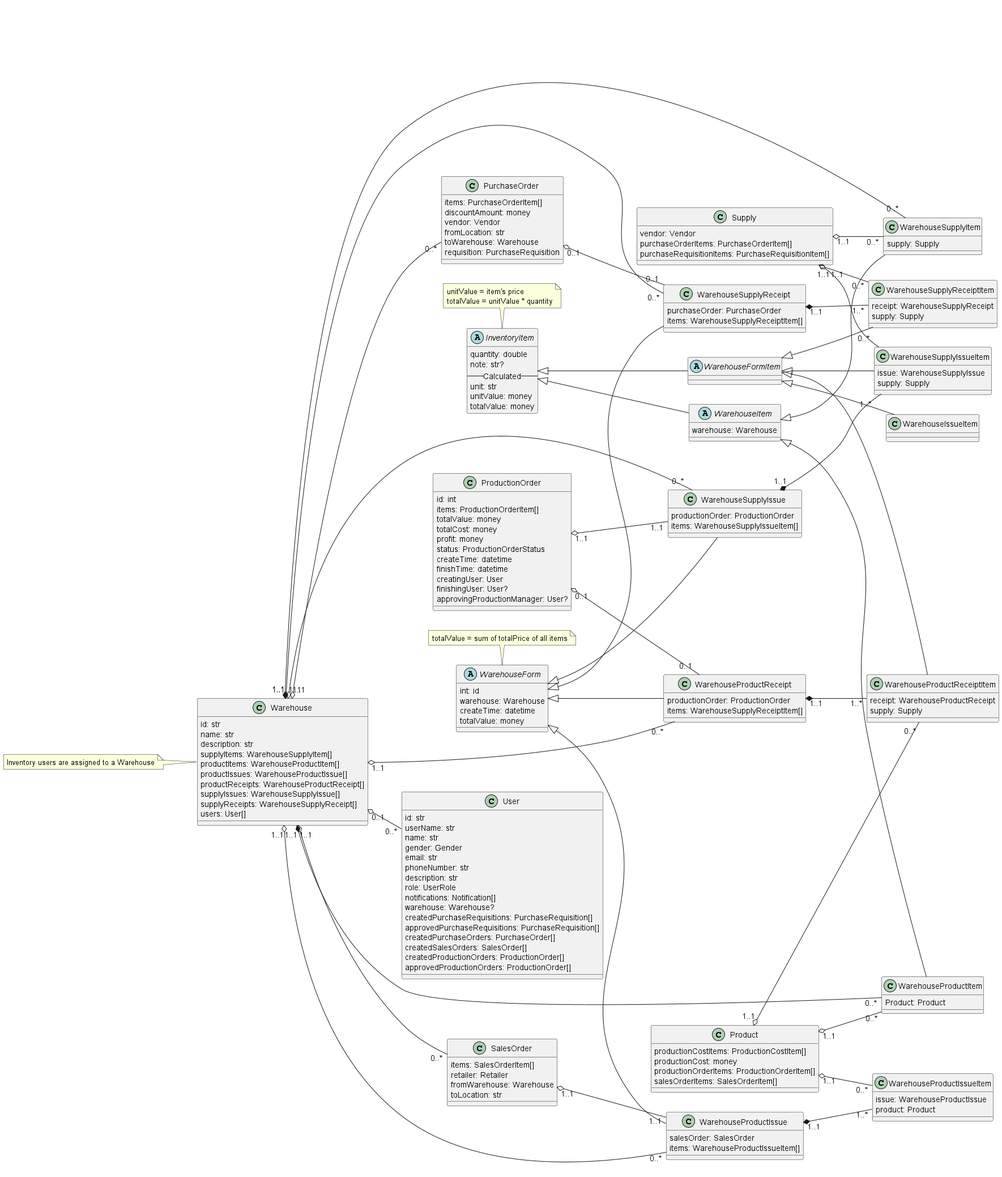
The PlantUML diagram Lab1/Lab1.2/classes/inventory.png in phihungha/SE357-Practice-class, before a commit.
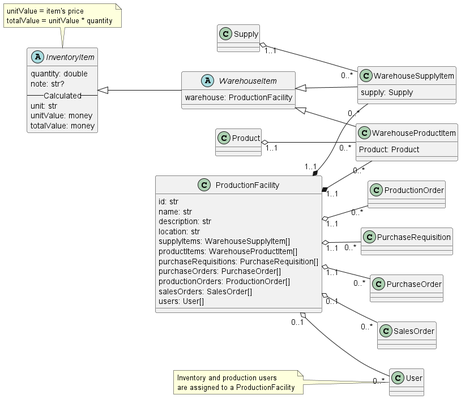
After the commit.

The edit, as a diff of the source:
```diff
@@ -1,71 +1,26 @@
-@startuml Inventory
+@startuml inventory
 left to right direction
 
-class User {
+class ProductionFacility {
     id: str
-    userName: str
     name: str
-    gender: Gender
-    email: str
-    phoneNumber: str
     description: str
-    role: UserRole
-    notifications: Notification[]
-    warehouse: Warehouse?
-    createdPurchaseRequisitions: PurchaseRequisition[]
-    approvedPurchaseRequisitions: PurchaseRequisition[]
-    createdPurchaseOrders: PurchaseOrder[]
-    createdSalesOrders: SalesOrder[]
-    createdProductionOrders: ProductionOrder[]
-    approvedProductionOrders: ProductionOrder[]
+    location: str
+    supplyItems: WarehouseSupplyItem[]
+    productItems: WarehouseProductItem[]
+    purchaseRequisitions: PurchaseRequisition[]
+    purchaseOrders: PurchaseOrder[]
+    productionOrders: ProductionOrder[]
+    salesOrders: SalesOrder[]
+    users: User[]
 }
-Warehouse "0..1" o-- "0..*" User
-note left: Inventory users are assigned to a Warehouse
+ProductionFacility "0..1" o-- "0..*" User
+note left: Inventory and production users\nare assigned to a ProductionFacility
 
-class Supply {
-    vendor: Vendor
-    purchaseOrderItems: PurchaseOrderItem[]
-    purchaseRequisitionItems: PurchaseRequisitionItem[]
-}
-
-class Product {
-    productionCostItems: ProductionCostItem[]
-    productionCost: money
-    productionOrderItems: ProductionOrderItem[]
-    salesOrderItems: SalesOrderItem[]
-}
-
-class PurchaseOrder {
-    items: PurchaseOrderItem[]
-    discountAmount: money
-    vendor: Vendor
-    fromLocation: str
-    toWarehouse: Warehouse
-    requisition: PurchaseRequisition
-}
-Warehouse "1..1" o-- "0..*" PurchaseOrder
-
-class SalesOrder {
-    items: SalesOrderItem[]
-    retailer: Retailer
-    fromWarehouse: Warehouse
-    toLocation: str
-}
-Warehouse "1..1" o-- "0..*" SalesOrder
-
-class ProductionOrder {
-    id: int
-    items: ProductionOrderItem[]
-    totalValue: money
-    totalCost: money
-    profit: money
-    status: ProductionOrderStatus
-    createTime: datetime
-    finishTime: datetime
-    creatingUser: User
-    finishingUser: User?
-    approvingProductionManager: User?
-}
+ProductionFacility "1..1" o-- "0..*" PurchaseRequisition
+ProductionFacility "1..1" o-- "0..*" PurchaseOrder
+ProductionFacility "0..1" o-- "0..*" SalesOrder
+ProductionFacility "1..1" o-- "0..*" ProductionOrder
 
 abstract InventoryItem {
     quantity: double
@@ -80,21 +35,9 @@
     totalValue = unitValue * quantity
 endnote
 
-class Warehouse {
-    id: str
-    name: str
-    description: str
-    supplyItems: WarehouseSupplyItem[]
-    productItems: WarehouseProductItem[]
-    productIssues: WarehouseProductIssue[]
-    productReceipts: WarehouseProductReceipt[]
-    supplyIssues: WarehouseSupplyIssue[]
-    supplyReceipts: WarehouseSupplyReceipt[]
-    users: User[]
-}
 
 abstract WarehouseItem {
-    warehouse: Warehouse
+    warehouse: ProductionFacility
 }
 InventoryItem <|-- WarehouseItem
 
@@ -102,90 +45,13 @@
     supply: Supply
 }
 WarehouseItem <|-- WarehouseSupplyItem
-Warehouse "1..1" *-- "0..*" WarehouseSupplyItem
+ProductionFacility "1..1" *-- "0..*" WarehouseSupplyItem
 Supply "1..1" o-- "0..*" WarehouseSupplyItem
 
 class WarehouseProductItem {
     Product: Product
 }
 WarehouseItem <|-- WarehouseProductItem
-Warehouse "1..1" *-- "0..*" WarehouseProductItem
+ProductionFacility "1..1" *-- "0..*" WarehouseProductItem
 Product "1..1" o-- "0..*" WarehouseProductItem
-
-abstract WarehouseForm {
-    int: id
-    warehouse: Warehouse
-    createTime: datetime
-    totalValue: money
-}
-note top
-    totalValue = sum of totalPrice of all items
-endnote
-
-abstract WarehouseFormItem
-InventoryItem <|-- WarehouseFormItem
-
-class WarehouseProductIssue {
-    salesOrder: SalesOrder
-    items: WarehouseProductIssueItem[]
-}
-WarehouseForm <|-- WarehouseProductIssue
-SalesOrder "1..1" o-- "1..1" WarehouseProductIssue
-Warehouse "1..1" o-- "0..*" WarehouseProductIssue
-
-class WarehouseProductIssueItem {
-    issue: WarehouseProductIssue
-    product: Product
-}
-WarehouseFormItem <|-- WarehouseIssueItem
-WarehouseProductIssue "1..1" *-- "1..*" WarehouseProductIssueItem
-Product "1..1" o-- "0..*" WarehouseProductIssueItem
-
-class WarehouseSupplyIssue {
-    productionOrder: ProductionOrder
-    items: WarehouseSupplyIssueItem[]
-}
-WarehouseForm <|-- WarehouseSupplyIssue
-ProductionOrder "1..1" o-- "1..1" WarehouseSupplyIssue
-Warehouse "1..1" o-- "0..*" WarehouseSupplyIssue
-
-class WarehouseSupplyIssueItem {
-    issue: WarehouseSupplyIssue
-    supply: Supply
-}
-WarehouseFormItem <|-- WarehouseSupplyIssueItem
-WarehouseSupplyIssue "1..1" *-- "1..*" WarehouseSupplyIssueItem
-Supply "1..1" o-- "0..*" WarehouseSupplyIssueItem
-
-class WarehouseSupplyReceipt {
-    purchaseOrder: PurchaseOrder
-    items: WarehouseSupplyReceiptItem[]
-}
-WarehouseForm <|-- WarehouseSupplyReceipt
-PurchaseOrder "0..1" o-- "0..1" WarehouseSupplyReceipt
-Warehouse "1..1" o-- "0..*" WarehouseSupplyReceipt
-
-class WarehouseSupplyReceiptItem {
-    receipt: WarehouseSupplyReceipt
-    supply: Supply
-}
-WarehouseFormItem <|-- WarehouseSupplyReceiptItem
-WarehouseSupplyReceipt "1..1" *-- "1..*" WarehouseSupplyReceiptItem
-Supply "1..1" o-- "0..*" WarehouseSupplyReceiptItem
-
-class WarehouseProductReceipt {
-    productionOrder: ProductionOrder
-    items: WarehouseSupplyReceiptItem[]
-}
-WarehouseForm <|-- WarehouseProductReceipt
-ProductionOrder "0..1" o-- "0..1" WarehouseProductReceipt
-Warehouse "1..1" o-- "0..*" WarehouseProductReceipt
-
-class WarehouseProductReceiptItem {
-    receipt: WarehouseProductReceipt
-    supply: Supply
-}
-WarehouseFormItem <|-- WarehouseProductReceiptItem
-WarehouseProductReceipt "1..1" *-- "1..*" WarehouseProductReceiptItem
-Product "1..1" o-- "0..*" WarehouseProductReceiptItem
 @enduml
```
